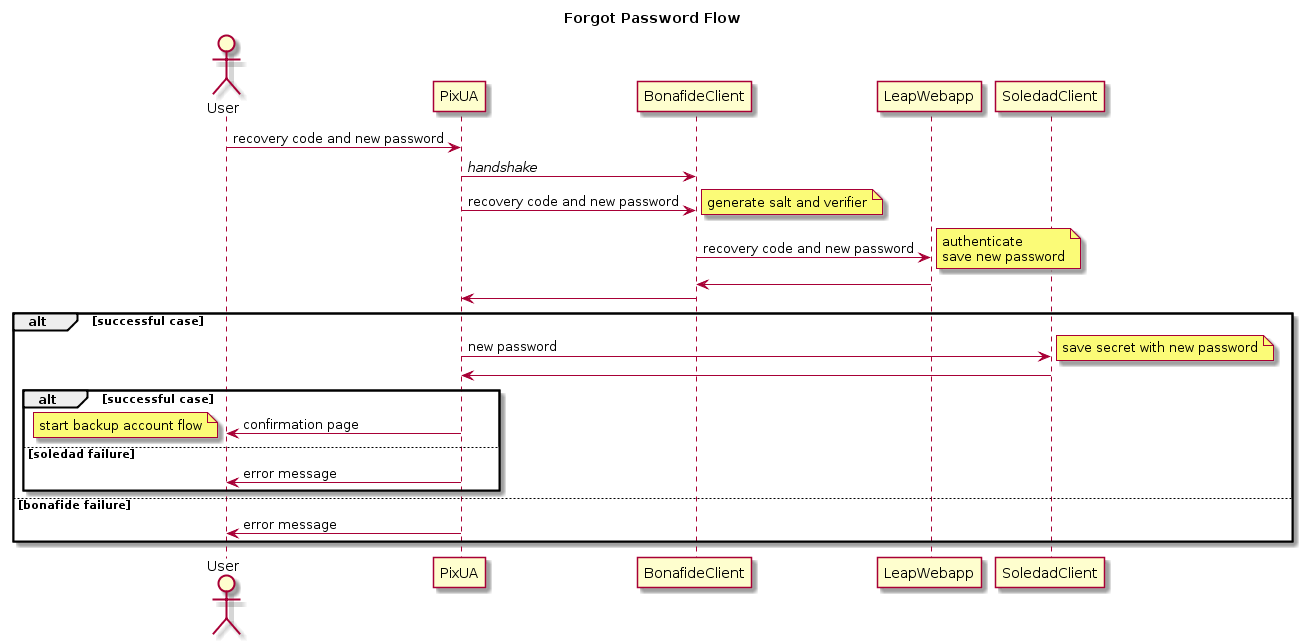
pixelated/pixelated-user-agent keeps this PlantUML diagram as service/diagrams/forgot_password.png. Above is the earlier version. Its diagram source:
```plantuml
@startuml
title Forgot Password Flow

actor User

User -> PixUA : recovery code and new password

PixUA -> BonafideClient : //handshake//
PixUA -> BonafideClient : recovery code and new password
note right
  generate salt and verifier
end note

BonafideClient -> LeapWebapp : recovery code and new password
note right
  authenticate
  save new password
end note

LeapWebapp -> BonafideClient
BonafideClient -> PixUA

alt successful case
  PixUA -> SoledadClient : new password
  note right : save secret with new password
  SoledadClient -> PixUA

  alt successful case
    PixUA -> User : confirmation page
    note left: start backup account flow
  else soledad failure
    PixUA -> User : error message
  end
else bonafide failure
  PixUA -> User : error message
end
@enduml
```
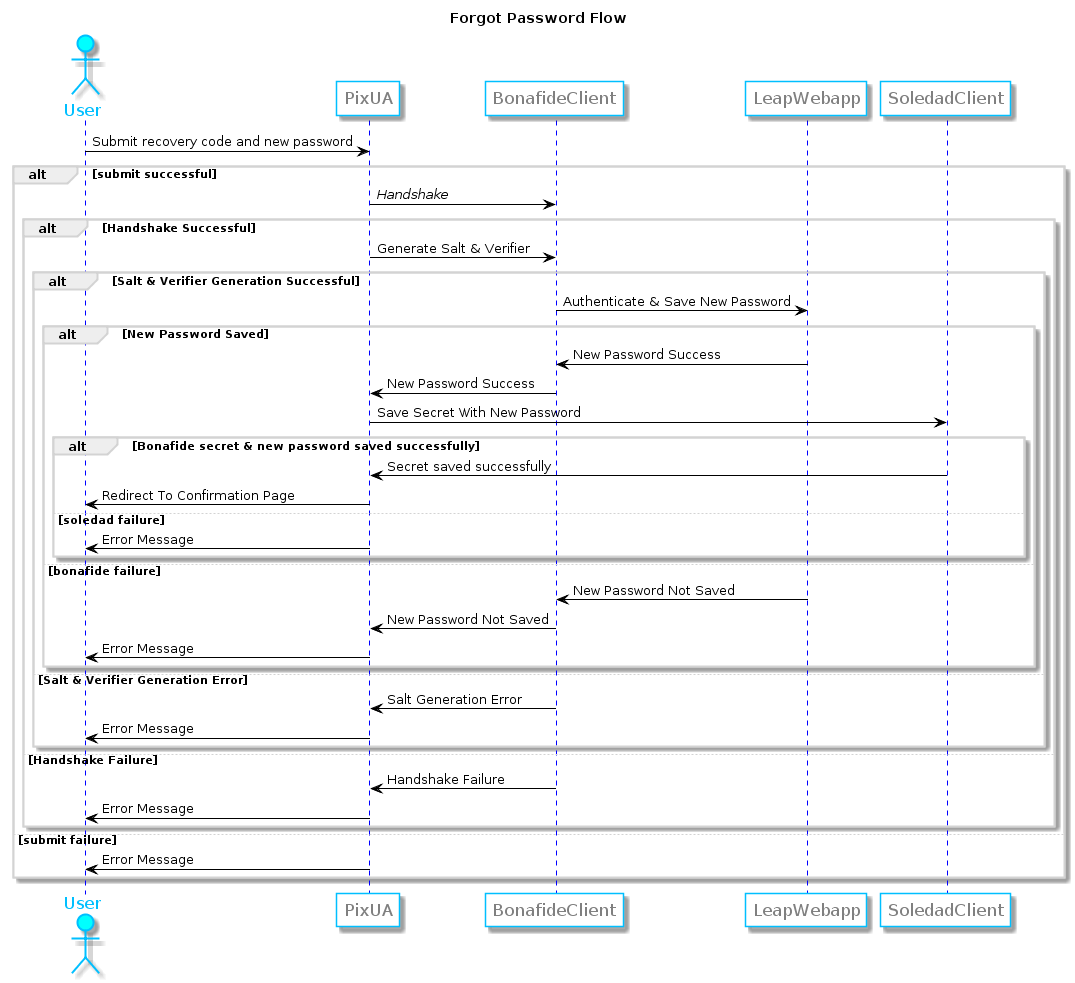
After the commit.

Commit message:
Updated 'Forgot Password' diagram and rename diagrams from '.txt' to '.puml'

Diff of the diagram source:
```diff
@@ -1,37 +1,68 @@
 @startuml
 title Forgot Password Flow
 
+skinparam handwritten false
+skinparam sequenceGroupBorderColor LightGrey
+
+skinparam sequence {
+	ArrowColor Black
+	ActorBorderColor DeepSkyBlue
+	LifeLineBorderColor blue
+	LifeLineBackgroundColor #A9DCDF
+
+	ParticipantBorderColor DeepSkyBlue
+	ParticipantBackgroundColor White
+	ParticipantFontName Impact
+	ParticipantFontSize 17
+	ParticipantFontColor Grey
+
+	ActorBackgroundColor aqua
+	ActorFontColor DeepSkyBlue
+	ActorFontSize 17
+	ActorFontName Aapex
+}
+
 actor User
 
-User -> PixUA : recovery code and new password
+User -> PixUA : Submit recovery code and new password
+alt submit successful
 
-PixUA -> BonafideClient : //handshake//
-PixUA -> BonafideClient : recovery code and new password
-note right
-  generate salt and verifier
-end note
+    PixUA -> BonafideClient : //Handshake//
+    alt Handshake Successful
 
-BonafideClient -> LeapWebapp : recovery code and new password
-note right
-  authenticate
-  save new password
-end note
+        PixUA -> BonafideClient : Generate Salt & Verifier
+        alt Salt & Verifier Generation Successful
 
-LeapWebapp -> BonafideClient
-BonafideClient -> PixUA
+            BonafideClient -> LeapWebapp : Authenticate & Save New Password
+            alt New Password Saved
+                LeapWebapp -> BonafideClient : New Password Success
+                BonafideClient -> PixUA : New Password Success
 
-alt successful case
-  PixUA -> SoledadClient : new password
-  note right : save secret with new password
-  SoledadClient -> PixUA
+                PixUA -> SoledadClient : Save Secret With New Password
+                alt Bonafide secret & new password saved successfully
+                  SoledadClient -> PixUA : Secret saved successfully
+                  PixUA -> User : Redirect To Confirmation Page
+                else soledad failure
+                  PixUA -> User : Error Message
+                end
 
-  alt successful case
-    PixUA -> User : confirmation page
-    note left: start backup account flow
-  else soledad failure
-    PixUA -> User : error message
-  end
-else bonafide failure
-  PixUA -> User : error message
+            else bonafide failure
+                LeapWebapp -> BonafideClient : New Password Not Saved
+                BonafideClient -> PixUA : New Password Not Saved
+                PixUA -> User : Error Message
+            end
+
+        else Salt & Verifier Generation Error
+            BonafideClient -> PixUA : Salt Generation Error
+            PixUA -> User : Error Message
+        end
+
+    else Handshake Failure
+        BonafideClient -> PixUA : Handshake Failure
+        PixUA -> User : Error Message
+    end
+
+else submit failure
+    PixUA -> User : Error Message
 end
 @enduml
```
